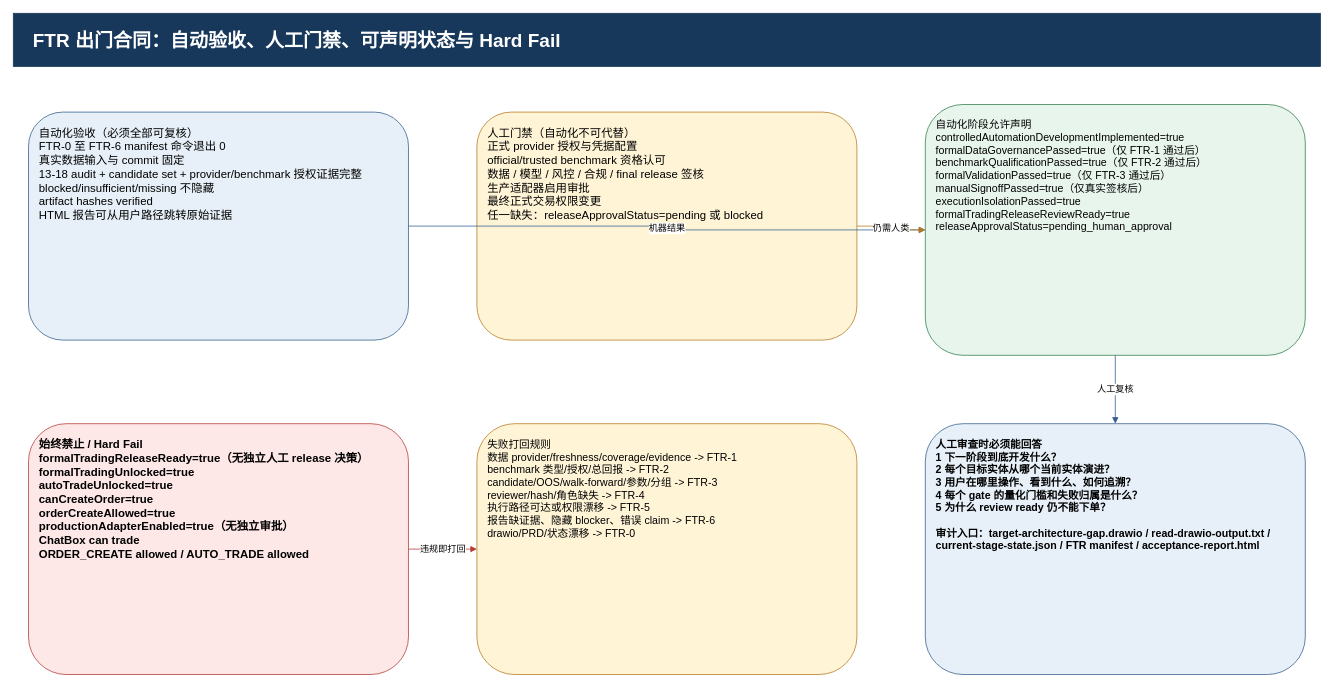
Earlier version of the draw.io diagram page "8 验收门槛出门条件与硬边界" (8 of 8) of docs/target-architecture-gap.drawio (ljx418/FAMS). Source tidied: cells renumbered, new cells numbered last; positions are measured from the earlier drawing's top-left corner, leaving out a move shared by most shapes. Both pictures are drawn from the tidied source at 76%, with x=0, y=0 at pixel (13, 13).
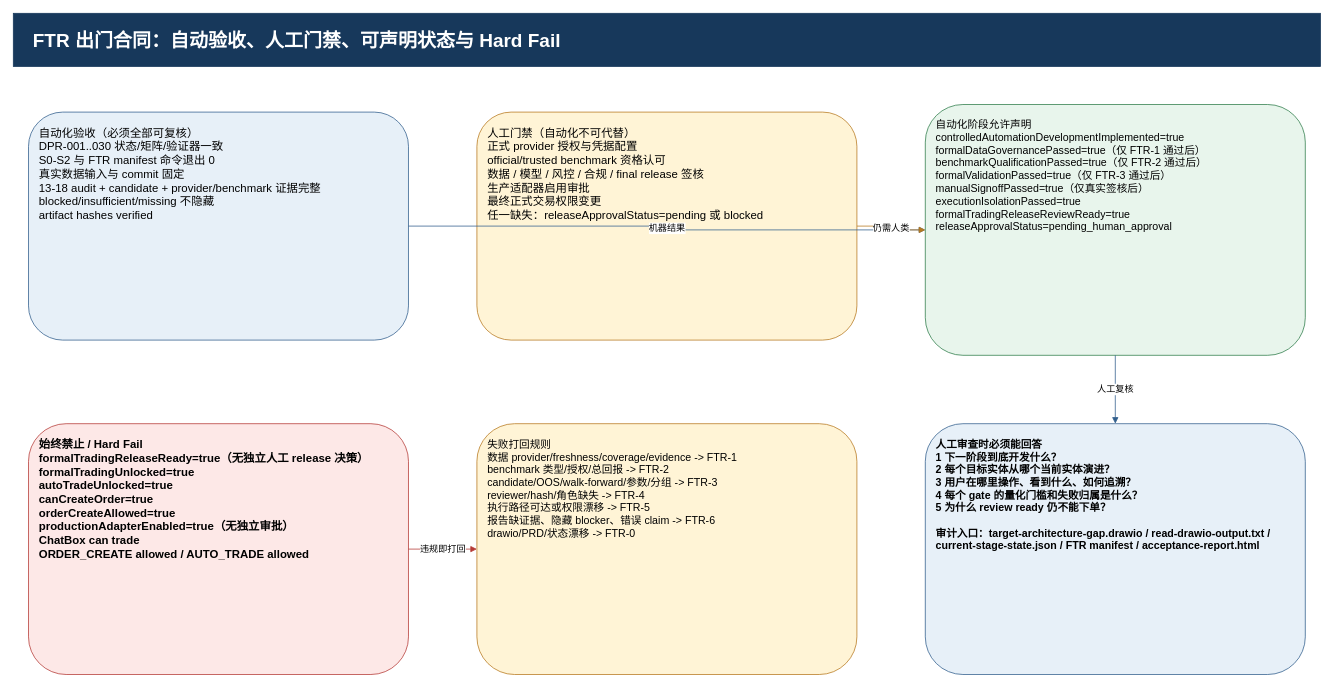
Above is the later version.

Change to the diagram source:
```diff
@@
 <mxGraphModel>
   <root>
     <mxCell id="0" />
     <mxCell id="1" parent="0" />
     <mxCell id="2" value="FTR 出门合同：自动验收、人工门禁、可声明状态与 Hard Fail" style="rounded=0;whiteSpace=wrap;html=1;fontFamily=Microsoft YaHei;fontSize=25;fontStyle=1;align=left;fillColor=#17385b;strokeColor=#17385b;fontColor=#ffffff;spacingLeft=24;" parent="1" vertex="1">
       <mxGeometry width="1720" height="70" as="geometry" />
     </mxCell>
-    <mxCell id="3" value="自动化验收（必须全部可复核）&#10;FTR-0 至 FTR-6 manifest 命令退出 0&#10;真实数据输入与 commit 固定&#10;13-18 audit + candidate set + provider/benchmark 授权证据完整&#10;blocked/insufficient/missing 不隐藏&#10;artifact hashes verified&#10;HTML 报告可从用户路径跳转原始证据" style="rounded=1;whiteSpace=wrap;html=1;fontFamily=Microsoft YaHei;fontSize=15;align=left;verticalAlign=top;fillColor=#e7f0f8;strokeColor=#315f8c;spacing=14;" parent="1" vertex="1">
+    <mxCell id="3" value="自动化验收（必须全部可复核）&#10;DPR-001..030 状态/矩阵/验证器一致&#10;S0-S2 与 FTR manifest 命令退出 0&#10;真实数据输入与 commit 固定&#10;13-18 audit + candidate + provider/benchmark 证据完整&#10;blocked/insufficient/missing 不隐藏&#10;artifact hashes verified" style="rounded=1;whiteSpace=wrap;html=1;fontFamily=Microsoft YaHei;fontSize=15;align=left;verticalAlign=top;fillColor=#e7f0f8;strokeColor=#315f8c;spacing=14;" parent="1" vertex="1">
       <mxGeometry x="20" y="130" width="500" height="300" as="geometry" />
     </mxCell>
     <mxCell id="4" value="人工门禁（自动化不可代替）&#10;正式 provider 授权与凭据配置&#10;official/trusted benchmark 资格认可&#10;数据 / 模型 / 风控 / 合规 / final release 签核&#10;生产适配器启用审批&#10;最终正式交易权限变更&#10;任一缺失：releaseApprovalStatus=pending 或 blocked" style="rounded=1;whiteSpace=wrap;html=1;fontFamily=Microsoft YaHei;fontSize=15;align=left;verticalAlign=top;fillColor=#fff4d6;strokeColor=#b7791f;spacing=14;" parent="1" vertex="1">
       <mxGeometry x="610" y="130" width="500" height="300" as="geometry" />
     </mxCell>
     <mxCell id="5" value="自动化阶段允许声明&#10;controlledAutomationDevelopmentImplemented=true&#10;formalDataGovernancePassed=true（仅 FTR-1 通过后）&#10;benchmarkQualificationPassed=true（仅 FTR-2 通过后）&#10;formalValidationPassed=true（仅 FTR-3 通过后）&#10;manualSignoffPassed=true（仅真实签核后）&#10;executionIsolationPassed=true&#10;formalTradingReleaseReviewReady=true&#10;releaseApprovalStatus=pending_human_approval" style="rounded=1;whiteSpace=wrap;html=1;fontFamily=Microsoft YaHei;fontSize=14;align=left;verticalAlign=top;fillColor=#e8f5ec;strokeColor=#2f7d4a;spacing=14;" parent="1" vertex="1">
       <mxGeometry x="1200" y="120" width="500" height="330" as="geometry" />
     </mxCell>
     <mxCell id="6" value="始终禁止 / Hard Fail&#10;formalTradingReleaseReady=true（无独立人工 release 决策）&#10;formalTradingUnlocked=true&#10;autoTradeUnlocked=true&#10;canCreateOrder=true&#10;orderCreateAllowed=true&#10;productionAdapterEnabled=true（无独立审批）&#10;ChatBox can trade&#10;ORDER_CREATE allowed / AUTO_TRADE allowed" style="rounded=1;whiteSpace=wrap;html=1;fontFamily=Microsoft YaHei;fontSize=15;fontStyle=1;align=left;verticalAlign=top;fillColor=#fde8e7;strokeColor=#b43a36;spacing=14;" parent="1" vertex="1">
       <mxGeometry x="20" y="540" width="500" height="330" as="geometry" />
     </mxCell>
     <mxCell id="7" value="失败打回规则&#10;数据 provider/freshness/coverage/evidence -&gt; FTR-1&#10;benchmark 类型/授权/总回报 -&gt; FTR-2&#10;candidate/OOS/walk-forward/参数/分组 -&gt; FTR-3&#10;reviewer/hash/角色缺失 -&gt; FTR-4&#10;执行路径可达或权限漂移 -&gt; FTR-5&#10;报告缺证据、隐藏 blocker、错误 claim -&gt; FTR-6&#10;drawio/PRD/状态漂移 -&gt; FTR-0" style="rounded=1;whiteSpace=wrap;html=1;fontFamily=Microsoft YaHei;fontSize=14;align=left;verticalAlign=top;fillColor=#fff4d6;strokeColor=#b7791f;spacing=14;" parent="1" vertex="1">
       <mxGeometry x="610" y="540" width="500" height="330" as="geometry" />
     </mxCell>
     <mxCell id="8" value="人工审查时必须能回答&#10;1 下一阶段到底开发什么？&#10;2 每个目标实体从哪个当前实体演进？&#10;3 用户在哪里操作、看到什么、如何追溯？&#10;4 每个 gate 的量化门槛和失败归属是什么？&#10;5 为什么 review ready 仍不能下单？&#10;&#10;审计入口：target-architecture-gap.drawio / read-drawio-output.txt / current-stage-state.json / FTR manifest / acceptance-report.html" style="rounded=1;whiteSpace=wrap;html=1;fontFamily=Microsoft YaHei;fontSize=14;fontStyle=1;align=left;verticalAlign=top;fillColor=#e7f0f8;strokeColor=#315f8c;spacing=14;" parent="1" vertex="1">
       <mxGeometry x="1200" y="540" width="500" height="330" as="geometry" />
     </mxCell>
     <mxCell id="9" value="机器结果" style="edgeStyle=orthogonalEdgeStyle;html=1;endArrow=block;strokeColor=#315f8c;fontFamily=Microsoft YaHei;fontSize=12;" parent="1" edge="1" source="3" target="5">
       <mxGeometry relative="1" as="geometry" />
     </mxCell>
     <mxCell id="10" value="仍需人类" style="edgeStyle=orthogonalEdgeStyle;html=1;endArrow=block;strokeColor=#b7791f;fontFamily=Microsoft YaHei;fontSize=12;" parent="1" edge="1" source="4" target="5">
       <mxGeometry relative="1" as="geometry" />
     </mxCell>
     <mxCell id="11" value="违规即打回" style="edgeStyle=orthogonalEdgeStyle;html=1;endArrow=block;strokeColor=#b43a36;fontFamily=Microsoft YaHei;fontSize=12;" parent="1" edge="1" source="6" target="7">
       <mxGeometry relative="1" as="geometry" />
     </mxCell>
     <mxCell id="12" value="人工复核" style="edgeStyle=orthogonalEdgeStyle;html=1;endArrow=block;strokeColor=#315f8c;fontFamily=Microsoft YaHei;fontSize=12;" parent="1" edge="1" source="5" target="8">
       <mxGeometry relative="1" as="geometry" />
     </mxCell>
   </root>
 </mxGraphModel>
```
